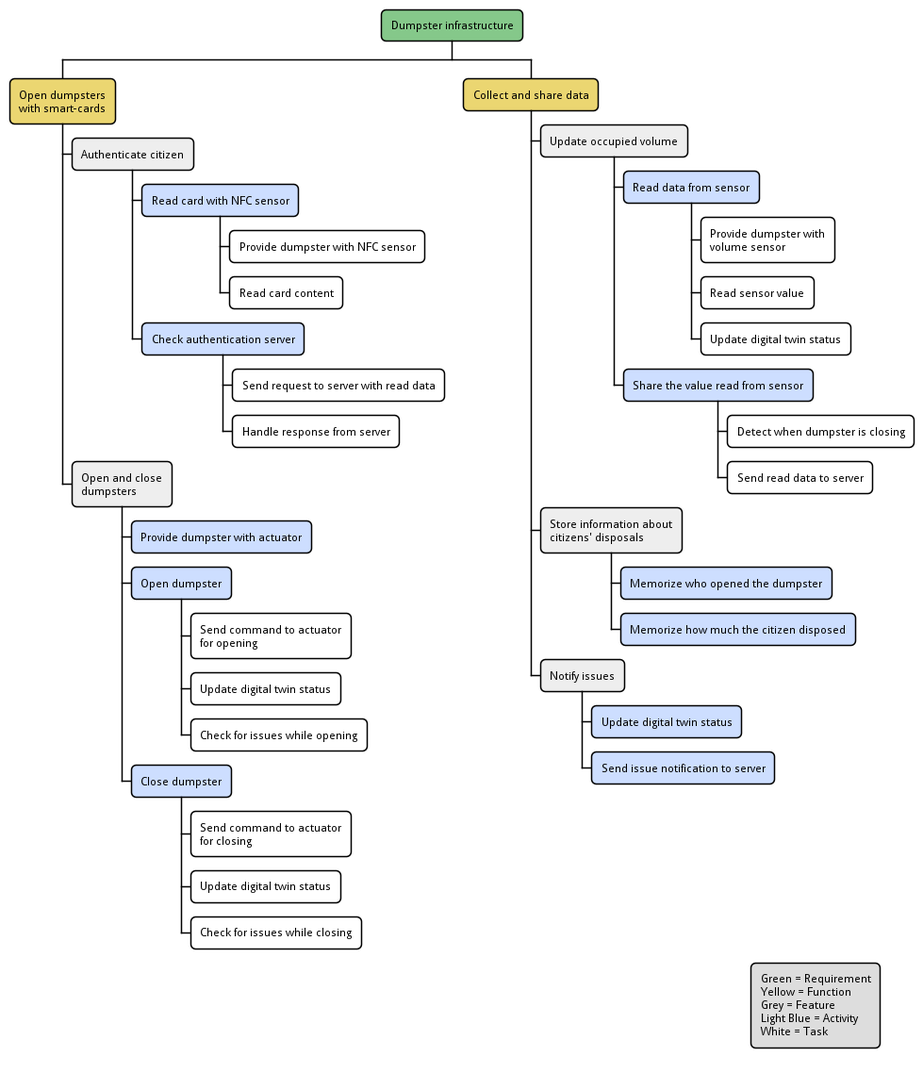
This is uml/wbs-dumpster-infrastructure.pm.png from SmartWasteCollection/project-management, a PlantUML export, as it was before one commit.
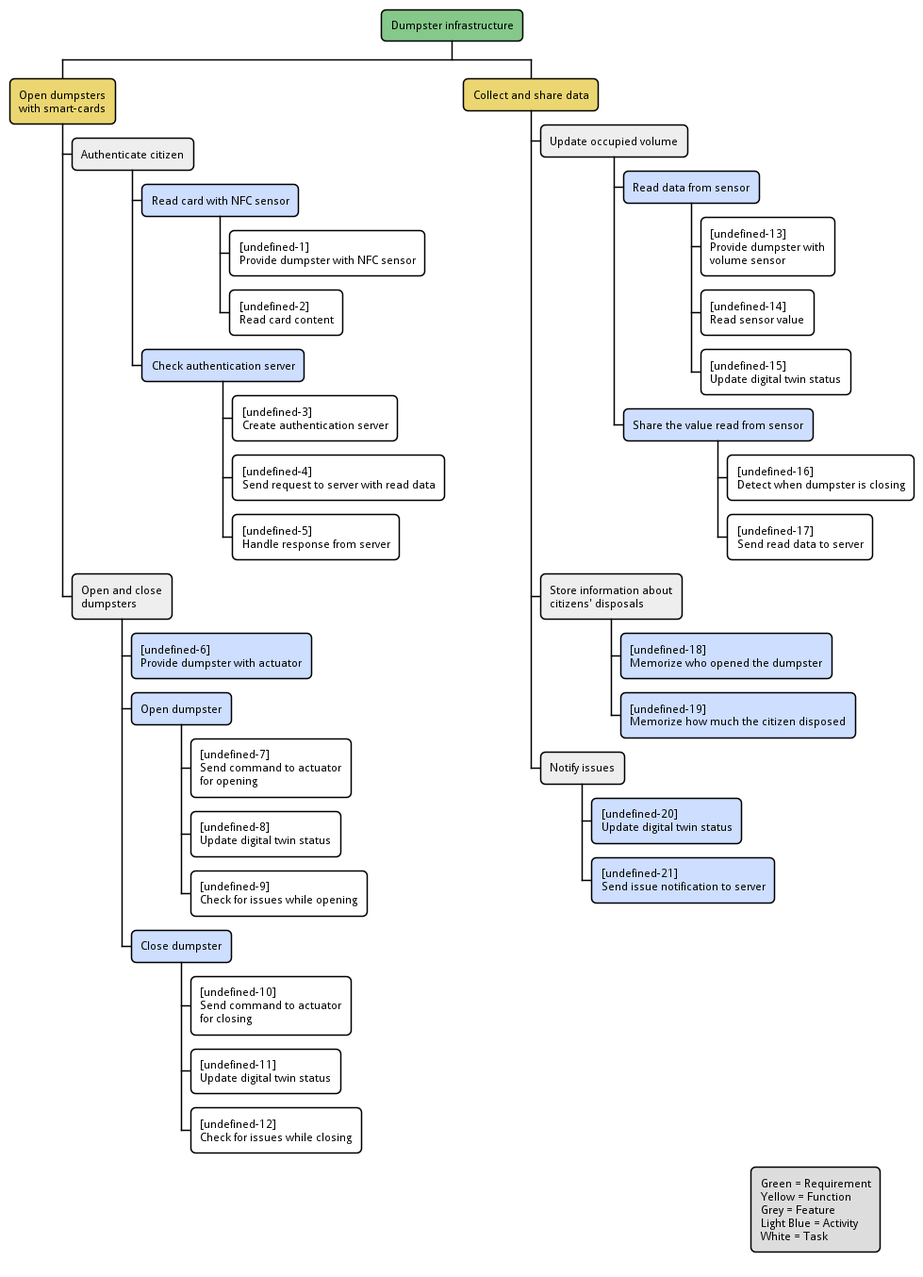
Later version of the same file.

The edit, as a diff of the source:
```diff
@@ -1,6 +1,6 @@
 @startwbs
 !include ../metamodels/work-breakdown.iuml
-
+!$title = DI
 requirement(Dumpster infrastructure)
 
 function(Open dumpsters\nwith smart-cards)
@@ -10,11 +10,12 @@
 task(Read card content)
 
 activity(Check authentication server)
+task(Create authentication server)
 task(Send request to server with read data)
 task(Handle response from server)
 
 feature(Open and close\ndumpsters)
-activity(Provide dumpster with actuator)
+activity(Provide dumpster with actuator, )
 activity(Open dumpster)
 task(Send command to actuator\nfor opening)
 task(Update digital twin status)
@@ -35,10 +36,10 @@
 task(Detect when dumpster is closing)
 task(Send read data to server)
 feature(Store information about\ncitizens' disposals)
-activity(Memorize who opened the dumpster)
-activity(Memorize how much the citizen disposed)
+activity(Memorize who opened the dumpster,)
+activity(Memorize how much the citizen disposed,)
 feature(Notify issues)
-activity(Update digital twin status)
-activity(Send issue notification to server)
+activity(Update digital twin status,)
+activity(Send issue notification to server,)
 
 @endwbs
```
